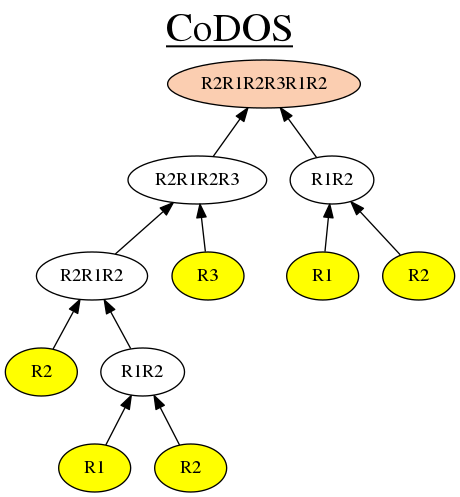
Earlier version of the Graphviz export GuiTool/image/Codos/CodosDot.png (iitramar/guiTool). Its source is kept beside it as GuiTool/image/Codos/CodosDot.dot.
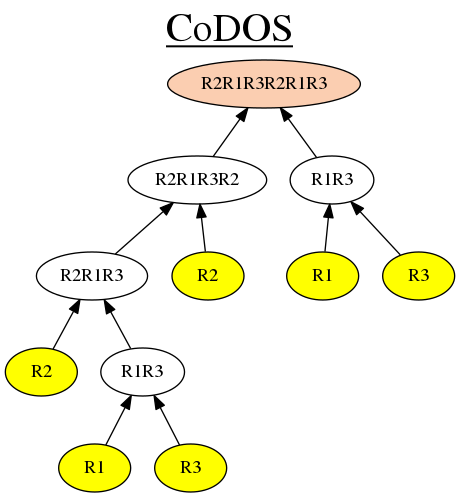
After the change.

The edit, as a diff of the source:
```diff
@@ -1,30 +1,30 @@
 digraph G {
 rankdir = BT;
 graph [label= <<u>CoDOS</u>> , labelloc=t, fontsize=30];
-1[style=filled, fillcolor= "#FBCEB1", label=R2R1R2R3R1R2];
-2[label=R2R1R2R3];
+1[style=filled, fillcolor= "#FBCEB1", label=R2R1R3R2R1R3];
+2[label=R2R1R3R2];
 2->1
-3[label=R1R2];
+3[label=R1R3];
 3->1
-4[label=R2R1R2];
+4[label=R2R1R3];
 4->2
-5[label=R3];
+5[label=R2];
 5->2
 8[label=R2];
 8->4
-9[label=R1R2];
+9[label=R1R3];
 9->4
 8[style=filled, fillcolor=yellow];
 18[label=R1];
 18->9
-19[label=R2];
+19[label=R3];
 19->9
 18[style=filled, fillcolor=yellow];
 19[style=filled, fillcolor=yellow];
 5[style=filled, fillcolor=yellow];
 6[label=R1];
 6->3
-7[label=R2];
+7[label=R3];
 7->3
 6[style=filled, fillcolor=yellow];
 7[style=filled, fillcolor=yellow];
```
